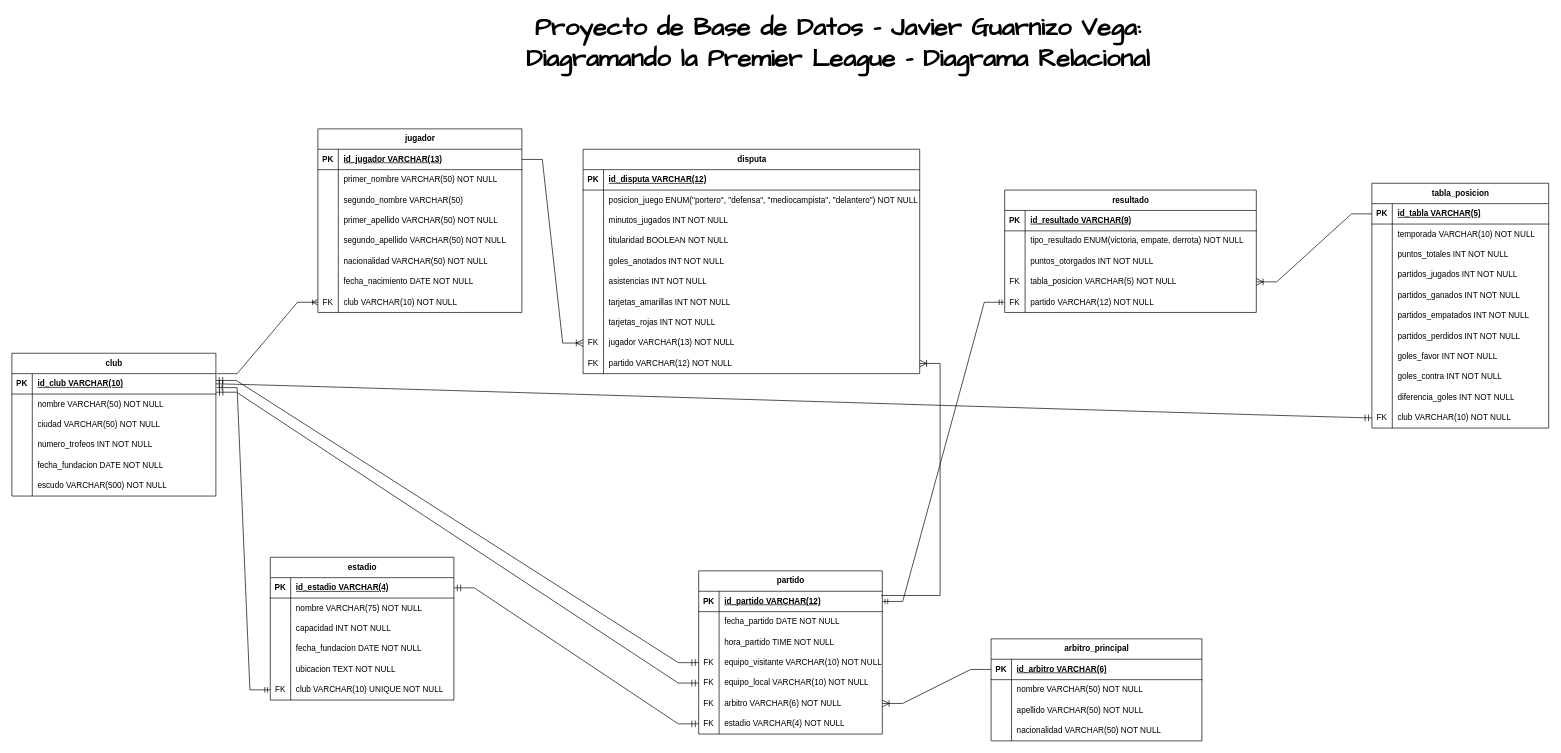
Before: page "Página-2" (2 of 2) of proyecto/diagrama/proyecto_pl_diagramas_javier_guarnizo.drawio in TheJavier37/Portafolio_Base_De_Datos, a draw.io diagram. Source tidied: cells renumbered, new cells numbered last; positions are measured from the earlier drawing's top-left corner, leaving out a move shared by most shapes. Both pictures are drawn from the tidied source at 68%, with x=0, y=0 at pixel (12, 33).
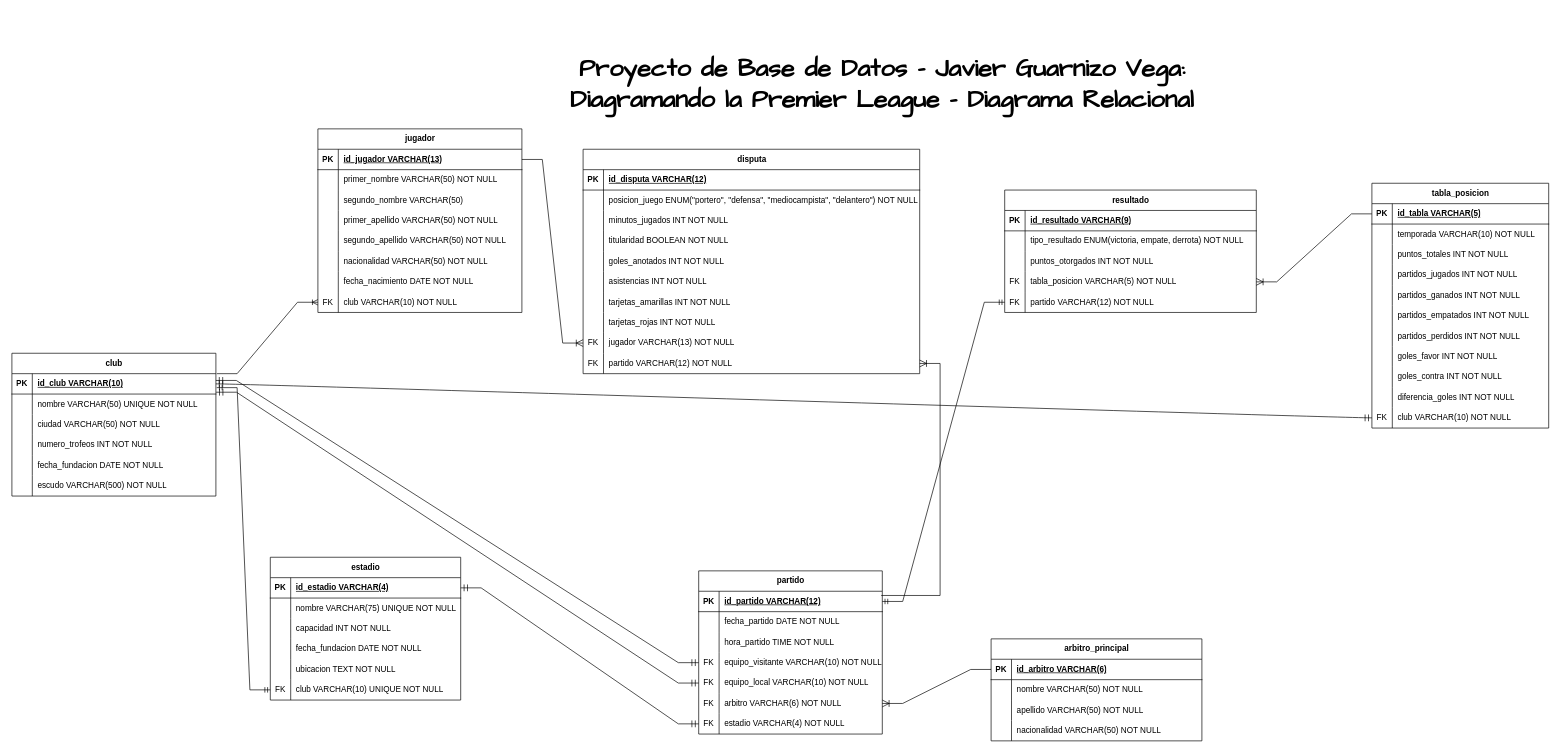
Above is the later version.

Unchanged cells that the change refers to:
```xml
<mxCell id="6" style="shape=tableRow;horizontal=0;startSize=0;swimlaneHead=0;swimlaneBody=0;fillColor=none;points=[[0,0.5],[1,0.5]];portConstraint=eastwest;top=0;left=0;right=0;bottom=0;" parent="2" vertex="1">
  <mxGeometry y="60" width="300" height="30" as="geometry" />
</mxCell>
```

The edit, as a diff of the source:
```diff
@@
-    <mxCell id="8" value="nombre VARCHAR(50) NOT NULL" style="shape=partialRectangle;fillColor=none;top=0;left=0;bottom=0;right=0;align=left;spacingLeft=6;overflow=hidden;whiteSpace=wrap;html=1;" parent="6" vertex="1">
+    <mxCell id="8" value="nombre VARCHAR(50) UNIQUE NOT NULL" style="shape=partialRectangle;fillColor=none;top=0;left=0;bottom=0;right=0;align=left;spacingLeft=6;overflow=hidden;whiteSpace=wrap;html=1;" parent="6" vertex="1">
       <mxGeometry x="30" width="270" height="30" as="geometry" />
     </mxCell>
@@
     <mxCell id="46" value="estadio" style="shape=table;startSize=30;childLayout=tableLayout;rowLines=0;fontStyle=1;align=center;html=1;" parent="1" vertex="1">
-      <mxGeometry x="380" y="770" width="270" height="210" as="geometry" />
+      <mxGeometry x="380" y="770" width="280" height="210" as="geometry" />
     </mxCell>
     <mxCell id="47" style="shape=tableRow;horizontal=0;startSize=0;swimlaneHead=0;swimlaneBody=0;fillColor=none;points=[[0,0.5],[1,0.5]];portConstraint=eastwest;top=0;left=0;right=0;bottom=1;" parent="46" vertex="1">
-      <mxGeometry y="30" width="270" height="30" as="geometry" />
+      <mxGeometry y="30" width="280" height="30" as="geometry" />
     </mxCell>
@@
     <mxCell id="49" value="id_estadio VARCHAR(4)" style="shape=partialRectangle;fillColor=none;top=0;left=0;bottom=0;right=0;align=left;spacingLeft=6;fontStyle=5;overflow=hidden;whiteSpace=wrap;html=1;" parent="47" vertex="1">
-      <mxGeometry x="30" width="240" height="30" as="geometry" />
+      <mxGeometry x="30" width="250" height="30" as="geometry" />
     </mxCell>
     <mxCell id="50" style="shape=tableRow;horizontal=0;startSize=0;swimlaneHead=0;swimlaneBody=0;fillColor=none;top=0;left=0;right=0;bottom=0;" parent="46" vertex="1">
-      <mxGeometry y="60" width="270" height="30" as="geometry" />
+      <mxGeometry y="60" width="280" height="30" as="geometry" />
     </mxCell>
@@
-    <mxCell id="52" value="nombre VARCHAR(75) NOT NULL" style="shape=partialRectangle;fillColor=none;top=0;left=0;bottom=0;right=0;align=left;spacingLeft=6;overflow=hidden;whiteSpace=wrap;html=1;" parent="50" vertex="1">
-      <mxGeometry x="30" width="240" height="30" as="geometry" />
+    <mxCell id="52" value="nombre VARCHAR(75) UNIQUE NOT NULL" style="shape=partialRectangle;fillColor=none;top=0;left=0;bottom=0;right=0;align=left;spacingLeft=6;overflow=hidden;whiteSpace=wrap;html=1;" parent="50" vertex="1">
+      <mxGeometry x="30" width="250" height="30" as="geometry" />
     </mxCell>
     <mxCell id="53" style="shape=tableRow;horizontal=0;startSize=0;swimlaneHead=0;swimlaneBody=0;fillColor=none;top=0;left=0;right=0;bottom=0;" parent="46" vertex="1">
-      <mxGeometry y="90" width="270" height="30" as="geometry" />
+      <mxGeometry y="90" width="280" height="30" as="geometry" />
     </mxCell>
@@
     <mxCell id="55" value="capacidad INT NOT NULL" style="shape=partialRectangle;fillColor=none;top=0;left=0;bottom=0;right=0;align=left;spacingLeft=6;overflow=hidden;whiteSpace=wrap;html=1;" parent="53" vertex="1">
-      <mxGeometry x="30" width="240" height="30" as="geometry" />
+      <mxGeometry x="30" width="250" height="30" as="geometry" />
     </mxCell>
     <mxCell id="56" style="shape=tableRow;horizontal=0;startSize=0;swimlaneHead=0;swimlaneBody=0;fillColor=none;top=0;left=0;right=0;bottom=0;" parent="46" vertex="1">
-      <mxGeometry y="120" width="270" height="30" as="geometry" />
+      <mxGeometry y="120" width="280" height="30" as="geometry" />
     </mxCell>
@@
     <mxCell id="58" value="fecha_fundacion DATE NOT NULL" style="shape=partialRectangle;fillColor=none;top=0;left=0;bottom=0;right=0;align=left;spacingLeft=6;overflow=hidden;whiteSpace=wrap;html=1;" parent="56" vertex="1">
-      <mxGeometry x="30" width="240" height="30" as="geometry" />
+      <mxGeometry x="30" width="250" height="30" as="geometry" />
     </mxCell>
     <mxCell id="59" style="shape=tableRow;horizontal=0;startSize=0;swimlaneHead=0;swimlaneBody=0;fillColor=none;top=0;left=0;right=0;bottom=0;" parent="46" vertex="1">
-      <mxGeometry y="150" width="270" height="30" as="geometry" />
+      <mxGeometry y="150" width="280" height="30" as="geometry" />
     </mxCell>
@@
     <mxCell id="61" value="ubicacion TEXT NOT NULL" style="shape=partialRectangle;fillColor=none;top=0;left=0;bottom=0;right=0;align=left;spacingLeft=6;overflow=hidden;whiteSpace=wrap;html=1;" parent="59" vertex="1">
-      <mxGeometry x="30" width="240" height="30" as="geometry" />
+      <mxGeometry x="30" width="250" height="30" as="geometry" />
     </mxCell>
     <mxCell id="62" style="shape=tableRow;horizontal=0;startSize=0;swimlaneHead=0;swimlaneBody=0;fillColor=none;points=[[0,0.5],[1,0.5]];portConstraint=eastwest;top=0;left=0;right=0;bottom=0;" parent="46" vertex="1">
-      <mxGeometry y="180" width="270" height="30" as="geometry" />
+      <mxGeometry y="180" width="280" height="30" as="geometry" />
     </mxCell>
@@
     <mxCell id="64" value="club VARCHAR(10) UNIQUE NOT NULL" style="shape=partialRectangle;fillColor=none;top=0;left=0;bottom=0;right=0;align=left;spacingLeft=6;overflow=hidden;whiteSpace=wrap;html=1;" parent="62" vertex="1">
-      <mxGeometry x="30" width="240" height="30" as="geometry" />
+      <mxGeometry x="30" width="250" height="30" as="geometry" />
     </mxCell>
@@
     <mxCell id="192" value="&lt;b&gt;&lt;font face=&quot;Comic Sans MS&quot; style=&quot;font-size: 37px;&quot;&gt;Proyecto de Base de Datos - Javier Guarnizo Vega:&lt;/font&gt;&lt;/b&gt;&lt;div&gt;&lt;font face=&quot;Comic Sans MS&quot; style=&quot;font-size: 37px;&quot;&gt;&lt;b&gt;Diagramando la Premier League - Diagrama Relacional&lt;/b&gt;&lt;/font&gt;&lt;/div&gt;" style="text;html=1;whiteSpace=wrap;strokeColor=none;fillColor=none;align=center;verticalAlign=middle;rounded=0;" parent="1" vertex="1">
-      <mxGeometry x="740" width="950" height="30" as="geometry" />
+      <mxGeometry x="790" y="60" width="980" height="30" as="geometry" />
     </mxCell>
```
